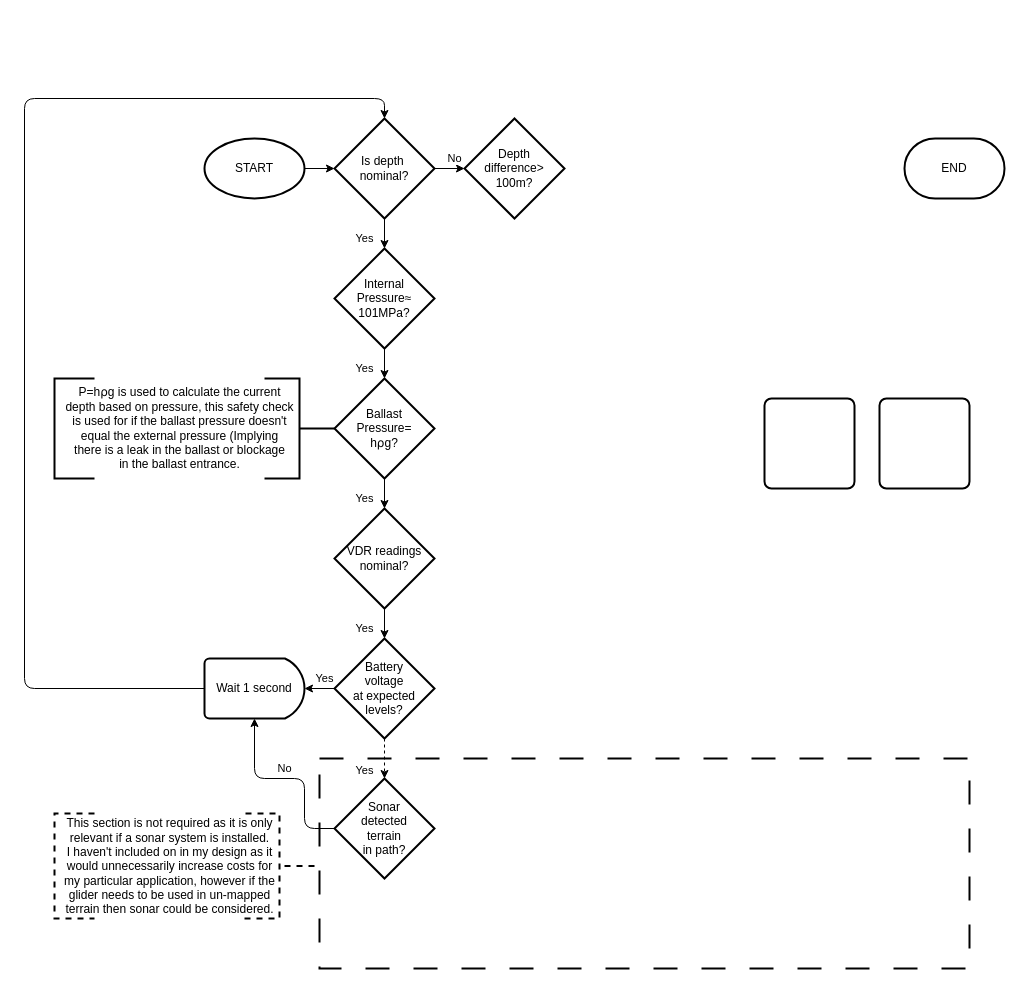
This is Safety Checks.drawio from Schlubs/UnGlider-EPQ, a draw.io file, before an edit. Source tidied: cells renumbered, new cells numbered last; positions are measured from the earlier drawing's top-left corner, leaving out a move shared by most shapes. Both pictures are drawn from the tidied source at 100%, with x=0, y=0 at pixel (24, 98).
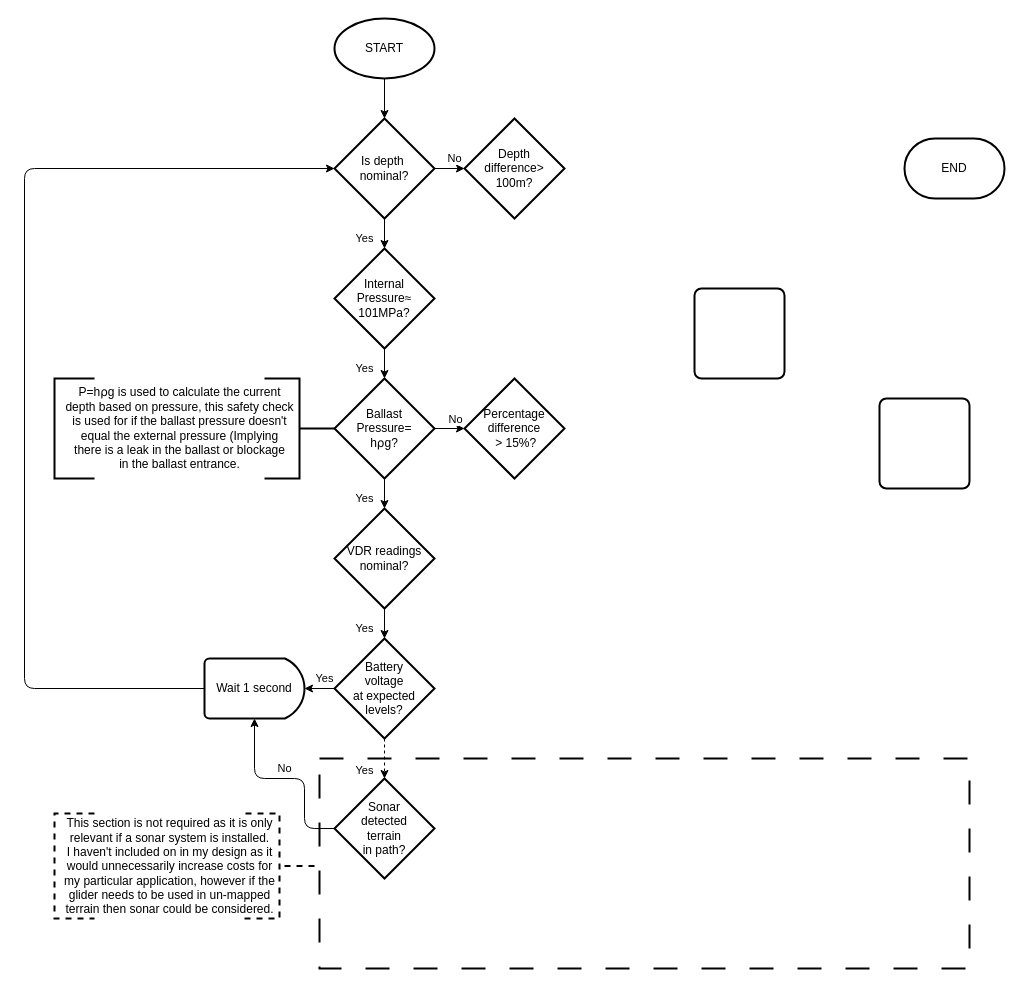
Above is the later version.

Unchanged cells that the change refers to:
```xml
<mxCell id="8" value="Is depth&amp;nbsp; nominal?" style="strokeWidth=2;html=1;shape=mxgraph.flowchart.decision;whiteSpace=wrap;strokeOpacity=100;fillOpacity=100;labelBackgroundColor=none;" parent="1" vertex="1">
  <mxGeometry x="310" y="20" width="100" height="100" as="geometry" />
</mxCell>
<mxCell id="11" value="Wait 1 second" style="strokeWidth=2;html=1;shape=mxgraph.flowchart.delay;whiteSpace=wrap;" parent="1" vertex="1">
  <mxGeometry x="180" y="560" width="100" height="60" as="geometry" />
</mxCell>
<mxCell id="15" value="Ballast &lt;br&gt;Pressure=&lt;br&gt;h⍴g?" style="strokeWidth=2;html=1;shape=mxgraph.flowchart.decision;whiteSpace=wrap;strokeOpacity=100;fillOpacity=100;labelBackgroundColor=none;" parent="1" vertex="1">
  <mxGeometry x="310" y="280" width="100" height="100" as="geometry" />
</mxCell>
```

What changed in the source:
```diff
@@
     <mxCell id="4" value="START" style="strokeWidth=2;html=1;shape=mxgraph.flowchart.start_1;whiteSpace=wrap;" parent="1" vertex="1">
-      <mxGeometry x="180" y="40" width="100" height="60" as="geometry" />
+      <mxGeometry x="310" y="-80" width="100" height="60" as="geometry" />
     </mxCell>
@@
     <mxCell id="10" style="rounded=1;whiteSpace=wrap;html=1;absoluteArcSize=1;arcSize=14;strokeWidth=2;rotation=0;strokeOpacity=100;fillOpacity=100;labelBackgroundColor=none;" parent="1" vertex="1">
-      <mxGeometry x="740" y="300" width="90" height="90" as="geometry" />
+      <mxGeometry x="670" y="190" width="90" height="90" as="geometry" />
     </mxCell>
@@
+    <mxCell id="31" style="edgeStyle=orthogonalEdgeStyle;rounded=0;jettySize=auto;html=1;" parent="1" edge="1" source="15" target="33">
+      <mxGeometry relative="1" as="geometry" />
+    </mxCell>
+    <mxCell id="32" value="No" style="edgeLabel;html=1;align=center;verticalAlign=middle;" parent="31" vertex="1">
+      <mxGeometry x="0.4" relative="1" as="geometry">
+        <mxPoint x="5" y="-10" as="offset" />
+      </mxGeometry>
+    </mxCell>
@@
-    <mxCell id="30" style="edgeStyle=orthogonalEdgeStyle;rounded=1;jettySize=auto;html=1;entryX=0.5;entryY=0;entryDx=0;entryDy=0;entryPerimeter=0;curved=0;" parent="1" edge="1" source="11" target="8">
+    <mxCell id="30" style="edgeStyle=orthogonalEdgeStyle;rounded=1;jettySize=auto;html=1;entryX=0;entryY=0.5;entryDx=0;entryDy=0;entryPerimeter=0;curved=0;" parent="1" edge="1" source="11" target="8">
       <mxGeometry relative="1" as="geometry">
         <Array as="points">
           <mxPoint y="590" />
-          <mxPoint />
-          <mxPoint x="360" />
+          <mxPoint y="70" />
         </Array>
       </mxGeometry>
     </mxCell>
+    <mxCell id="33" value="Percentage difference&lt;br&gt;&amp;nbsp;&amp;gt; 15%?" style="strokeWidth=2;html=1;shape=mxgraph.flowchart.decision;whiteSpace=wrap;strokeOpacity=100;fillOpacity=100;labelBackgroundColor=none;" parent="1" vertex="1">
+      <mxGeometry x="440" y="280" width="100" height="100" as="geometry" />
+    </mxCell>
```
